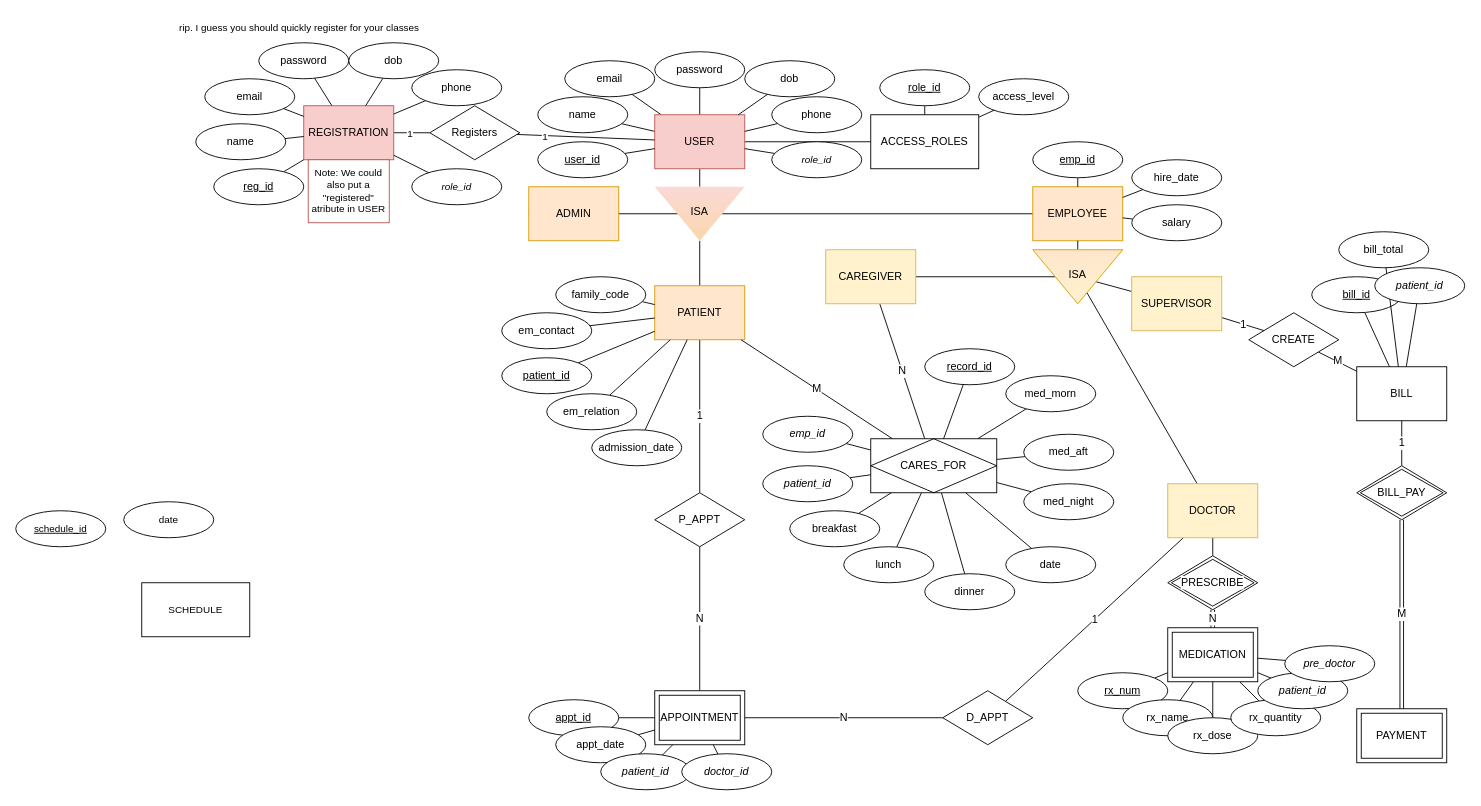
Above: ERD.drawio in emott13/aegis (draw.io), before the change. Source tidied: cells renumbered, new cells numbered last; positions are measured from the earlier drawing's top-left corner, leaving out a move shared by most shapes. Both pictures are drawn from the tidied source at 90%, with x=0, y=0 at pixel (15, 15).
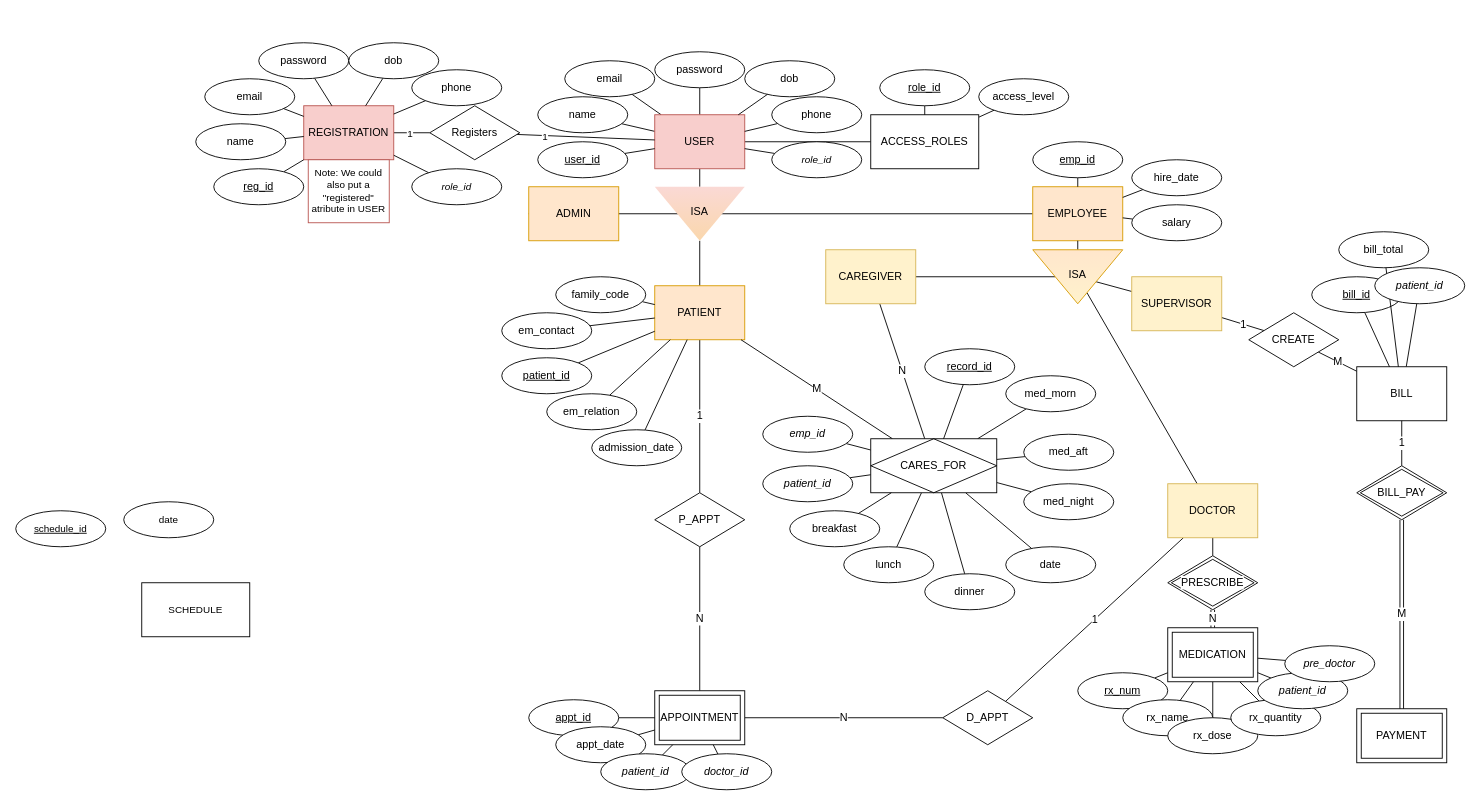
The same page after the edit.

Commit message:
Removed accidental textbox

Change to the diagram source:
```diff
@@
-    <mxCell id="149" value="rip. I guess you should quickly register for your classes" style="text;whiteSpace=wrap;fontFamily=Helvetica;fontSize=11;fontColor=default;labelBackgroundColor=default;" parent="1" vertex="1">
-      <mxGeometry x="180" width="300" height="40" as="geometry" />
-    </mxCell>
```
